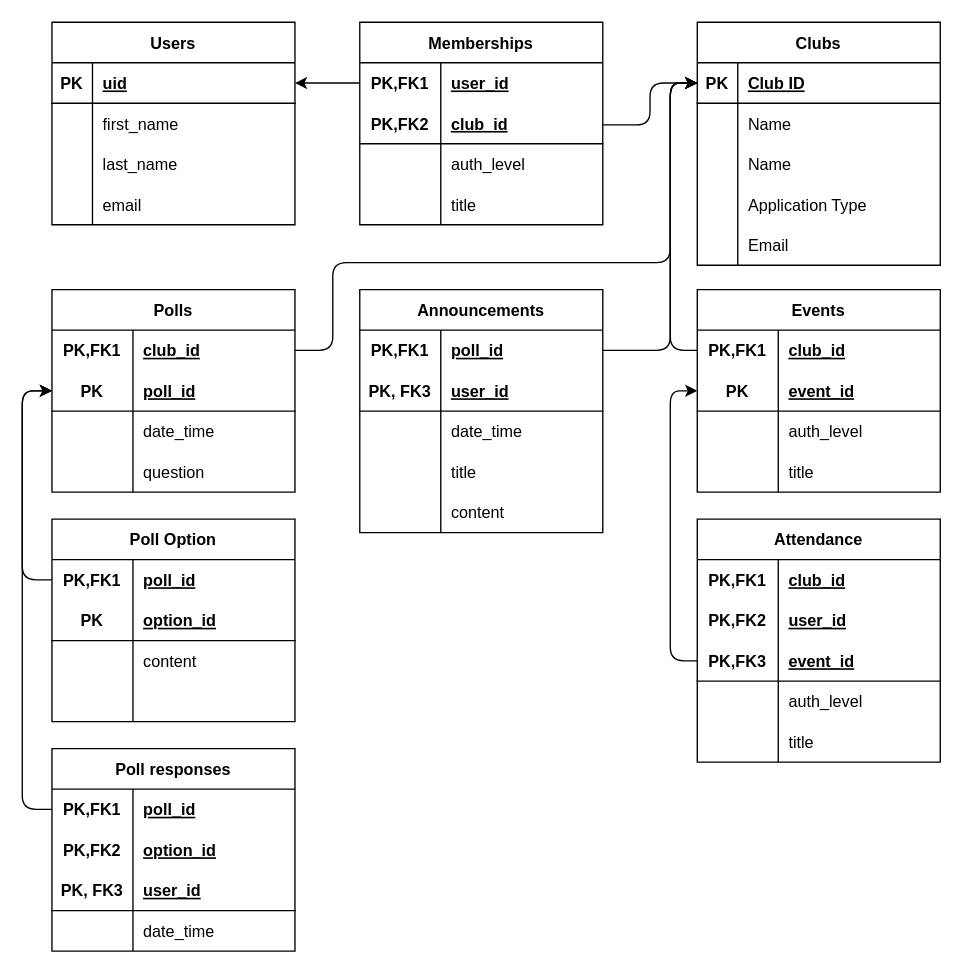
aniqp/clubhub-app keeps this draw.io diagram as Database.drawio. Above is the earlier version. Source tidied: cells renumbered, new cells numbered last; positions are measured from the earlier drawing's top-left corner, leaving out a move shared by most shapes. Both pictures are drawn from the tidied source at 135%, with x=0, y=0 at pixel (22, 22).
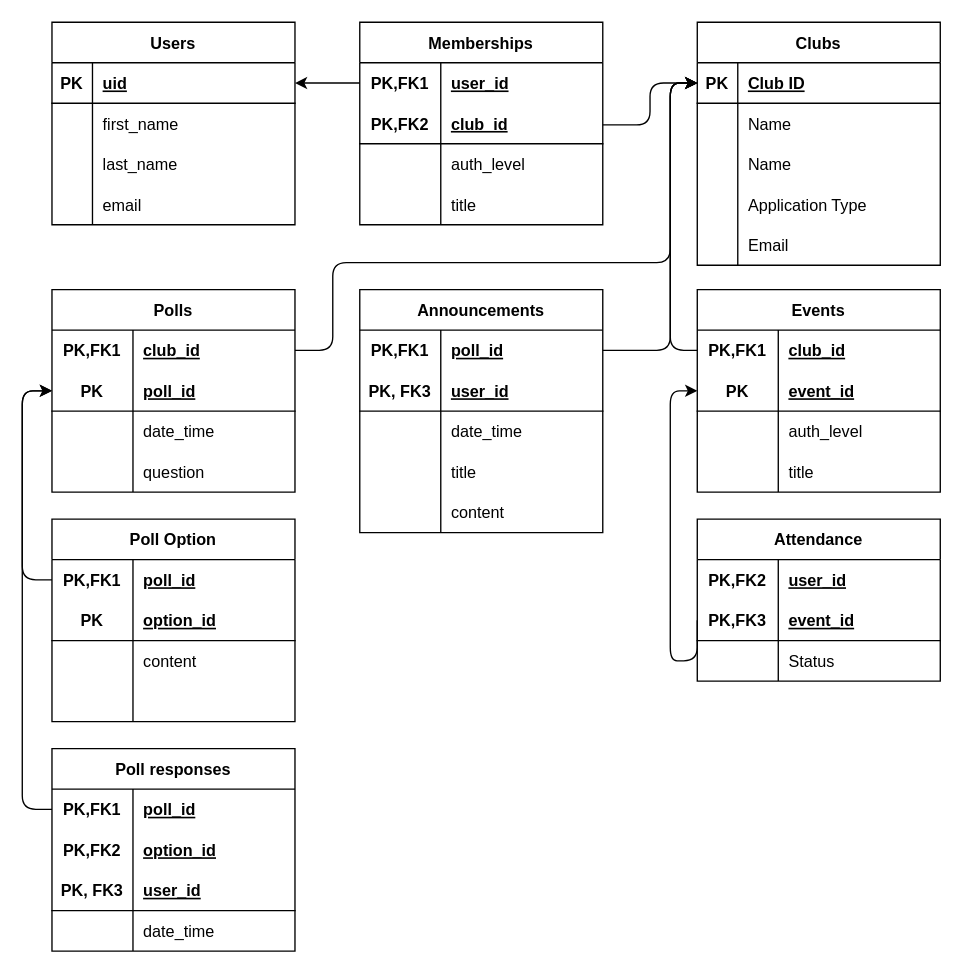
The same diagram, later.

Commit message:
Edited attendance table in DB schema wireframe

Change to the diagram source:
```diff
@@
     <mxCell id="59" value="Attendance" style="shape=table;startSize=30;childLayout=tableLayout;rowLines=0;fontStyle=1;align=center;" parent="1" vertex="1">
-      <mxGeometry x="500" y="368" width="180" height="180" as="geometry" />
+      <mxGeometry x="500" y="368" width="180" height="120" as="geometry" />
     </mxCell>
-    <mxCell id="60" style="shape=tableRow;horizontal=0;startSize=0;swimlaneHead=0;swimlaneBody=0;fillColor=none;top=0;left=0;right=0;bottom=0;" parent="59" vertex="1">
-      <mxGeometry y="30" width="180" height="30" as="geometry" />
-    </mxCell>
-    <mxCell id="61" value="PK,FK1" style="shape=partialRectangle;fillColor=none;top=0;left=0;bottom=0;right=0;fontStyle=1;overflow=hidden;" parent="60" vertex="1">
-      <mxGeometry width="60" height="30" as="geometry" />
-    </mxCell>
-    <mxCell id="62" value="club_id" style="shape=partialRectangle;fillColor=none;top=0;left=0;bottom=0;right=0;align=left;spacingLeft=6;fontStyle=5;overflow=hidden;" parent="60" vertex="1">
-      <mxGeometry x="60" width="120" height="30" as="geometry" />
-    </mxCell>
     <mxCell id="63" style="shape=tableRow;horizontal=0;startSize=0;swimlaneHead=0;swimlaneBody=0;fillColor=none;top=0;left=0;right=0;bottom=0;" parent="59" vertex="1">
-      <mxGeometry y="60" width="180" height="30" as="geometry" />
+      <mxGeometry y="30" width="180" height="30" as="geometry" />
     </mxCell>
@@
     <mxCell id="66" style="shape=tableRow;horizontal=0;startSize=0;swimlaneHead=0;swimlaneBody=0;fillColor=none;points=[[0,0.5],[1,0.5]];portConstraint=eastwest;top=0;left=0;right=0;bottom=1;" parent="59" vertex="1">
-      <mxGeometry y="90" width="180" height="30" as="geometry" />
+      <mxGeometry y="60" width="180" height="30" as="geometry" />
     </mxCell>
@@
     <mxCell id="69" style="shape=tableRow;horizontal=0;startSize=0;swimlaneHead=0;swimlaneBody=0;fillColor=none;top=0;left=0;right=0;bottom=0;" parent="59" vertex="1">
-      <mxGeometry y="120" width="180" height="30" as="geometry" />
+      <mxGeometry y="90" width="180" height="30" as="geometry" />
     </mxCell>
@@
-    <mxCell id="71" value="auth_level" style="shape=partialRectangle;fillColor=none;top=0;left=0;bottom=0;right=0;align=left;spacingLeft=6;overflow=hidden;" parent="69" vertex="1">
+    <mxCell id="71" value="Status" style="shape=partialRectangle;fillColor=none;top=0;left=0;bottom=0;right=0;align=left;spacingLeft=6;overflow=hidden;" parent="69" vertex="1">
       <mxGeometry x="60" width="120" height="30" as="geometry" />
     </mxCell>
-    <mxCell id="72" style="shape=tableRow;horizontal=0;startSize=0;swimlaneHead=0;swimlaneBody=0;fillColor=none;top=0;left=0;right=0;bottom=0;" parent="59" vertex="1">
-      <mxGeometry y="150" width="180" height="30" as="geometry" />
-    </mxCell>
-    <mxCell id="73" style="shape=partialRectangle;fillColor=none;top=0;left=0;bottom=0;right=0;overflow=hidden;" parent="72" vertex="1">
-      <mxGeometry width="60" height="30" as="geometry" />
-    </mxCell>
-    <mxCell id="74" value="title" style="shape=partialRectangle;fillColor=none;top=0;left=0;bottom=0;right=0;align=left;spacingLeft=6;overflow=hidden;" parent="72" vertex="1">
-      <mxGeometry x="60" width="120" height="30" as="geometry" />
-    </mxCell>
```
